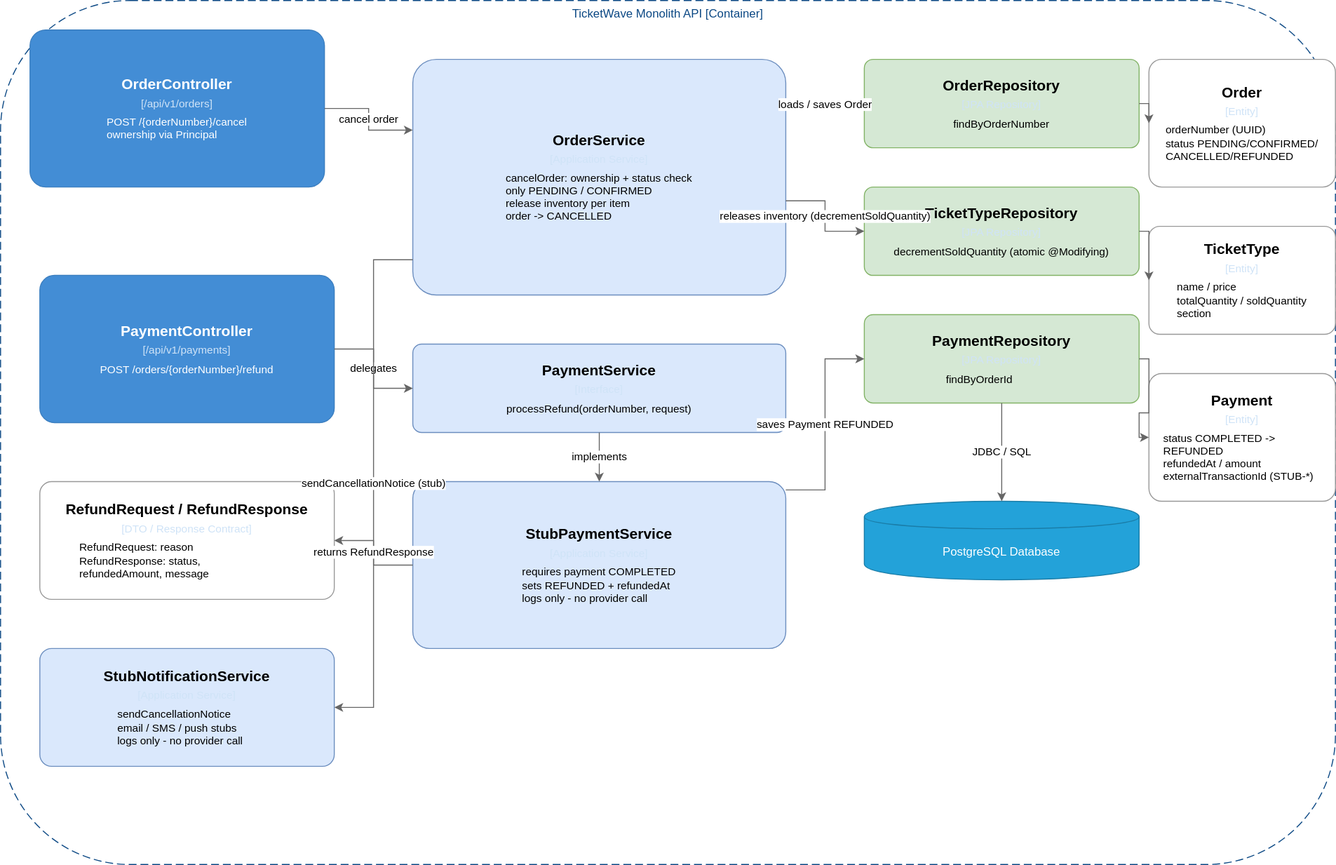
Before: diagrams/c4model/ticketwave-c3-refunds-cancellations.drawio.svg, a diagram exported from draw.io (Juanchoque1206/soe-TicketWave). Source tidied: cells renumbered, new cells last; positions are measured from the earlier drawing's top-left corner, leaving out a move shared by most shapes.
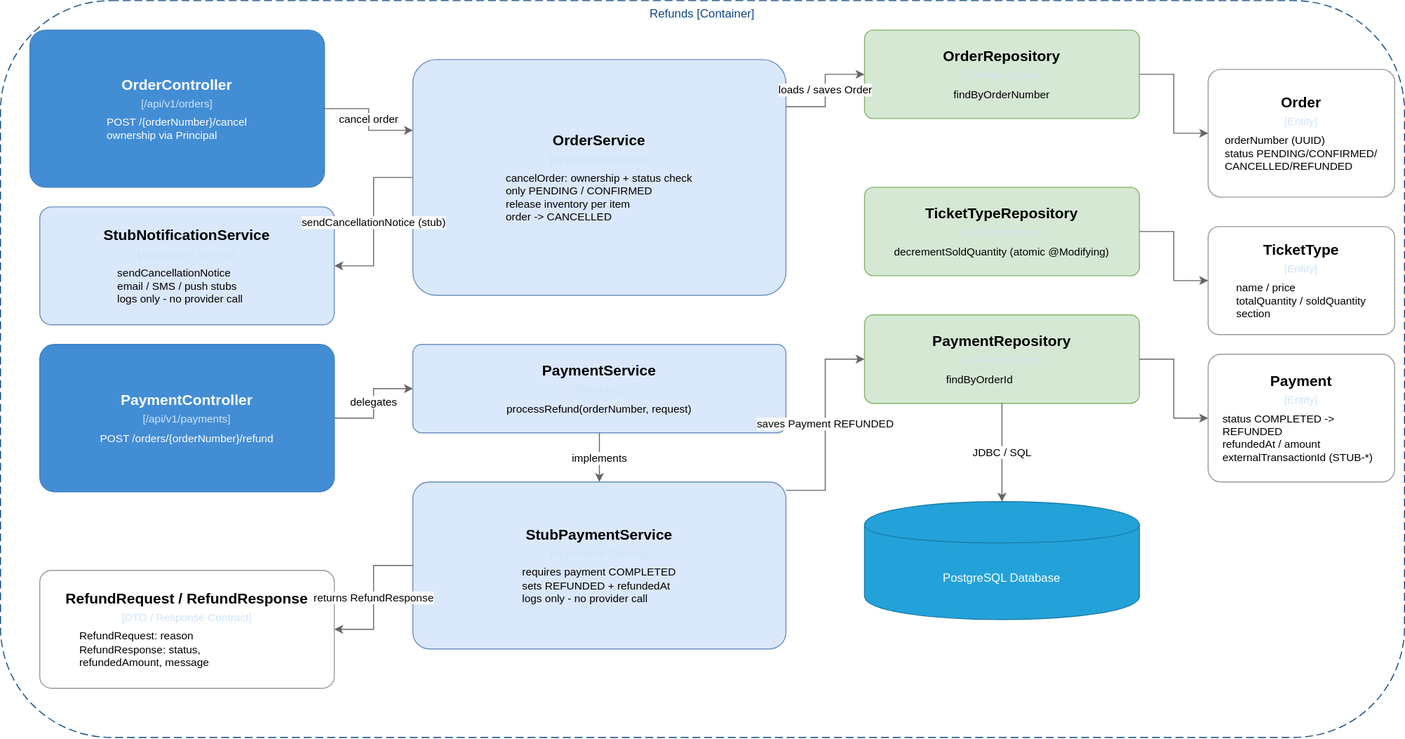
After the commit.

Change to the diagram source:
```diff
@@ -2,20 +2,20 @@
   <root>
     <mxCell id="0" />
     <mxCell id="1" parent="0" />
-    <mxCell id="2" value="TicketWave Monolith API [Container]" style="group;rounded=1;whiteSpace=wrap;html=1;dashed=1;strokeColor=#0b4884;fillColor=none;fontColor=#0b4884;dashPattern=8 4;" parent="1" vertex="1">
-      <mxGeometry width="1360" height="880" as="geometry" />
+    <mxCell id="2" value="Refunds [Container]" style="group;rounded=1;whiteSpace=wrap;html=1;dashed=1;strokeColor=#0b4884;fillColor=none;fontColor=#0b4884;dashPattern=8 4;" parent="1" vertex="1">
+      <mxGeometry width="1430" height="750" as="geometry" />
     </mxCell>
     <mxCell id="3" value="&lt;div style=&quot;border-color: rgb(218, 220, 224); font-size: 15px; font-weight: bold; margin-bottom: 4px;&quot;&gt;OrderController&lt;/div&gt;&lt;div style=&quot;border-color: rgb(218, 220, 224); font-size: 11px; color: rgb(207, 227, 247); margin-bottom: 6px;&quot;&gt;[/api/v1/orders]&lt;/div&gt;&lt;div style=&quot;border-color: rgb(218, 220, 224); font-size: 11px; text-align: left; padding: 0px 14px;&quot;&gt;POST /{orderNumber}/cancel&lt;/div&gt;&lt;div style=&quot;border-color: rgb(218, 220, 224); font-size: 11px; text-align: left; padding: 0px 14px;&quot;&gt;ownership via Principal&lt;/div&gt;" style="rounded=1;whiteSpace=wrap;html=1;fillColor=#438dd5;strokeColor=#3c7fc0;fontColor=#ffffff;arcSize=10;" parent="1" vertex="1">
       <mxGeometry x="30" y="30" width="300" height="160" as="geometry" />
     </mxCell>
     <mxCell id="4" value="&lt;div style=&quot;border-color: rgb(218, 220, 224); font-size: 15px; font-weight: bold; margin-bottom: 4px;&quot;&gt;PaymentController&lt;/div&gt;&lt;div style=&quot;border-color: rgb(218, 220, 224); font-size: 11px; color: rgb(207, 227, 247); margin-bottom: 6px;&quot;&gt;[/api/v1/payments]&lt;/div&gt;&lt;div style=&quot;border-color: rgb(218, 220, 224); font-size: 11px; text-align: left; padding: 0px 14px;&quot;&gt;POST /orders/{orderNumber}/refund&lt;/div&gt;" style="rounded=1;whiteSpace=wrap;html=1;fillColor=#438dd5;strokeColor=#3c7fc0;fontColor=#ffffff;arcSize=10;" parent="1" vertex="1">
-      <mxGeometry x="40" y="280" width="300" height="150" as="geometry" />
+      <mxGeometry x="40" y="350" width="300" height="150" as="geometry" />
     </mxCell>
     <mxCell id="5" value="&lt;div style=&quot;border-color: rgb(218, 220, 224); font-size: 15px; font-weight: bold; margin-bottom: 4px;&quot;&gt;RefundRequest / RefundResponse&lt;/div&gt;&lt;div style=&quot;border-color: rgb(218, 220, 224); font-size: 11px; color: rgb(207, 227, 247); margin-bottom: 6px;&quot;&gt;[DTO / Response Contract]&lt;/div&gt;&lt;div style=&quot;border-color: rgb(218, 220, 224); font-size: 11px; text-align: left; padding: 0px 14px;&quot;&gt;RefundRequest: reason&lt;/div&gt;&lt;div style=&quot;border-color: rgb(218, 220, 224); font-size: 11px; text-align: left; padding: 0px 14px;&quot;&gt;RefundResponse: status,&lt;/div&gt;&lt;div style=&quot;border-color: rgb(218, 220, 224); font-size: 11px; text-align: left; padding: 0px 14px;&quot;&gt;refundedAmount, message&lt;/div&gt;" style="rounded=1;whiteSpace=wrap;html=1;fillColor=#ffffff;strokeColor=#999999;arcSize=10;" parent="1" vertex="1">
-      <mxGeometry x="40" y="490" width="300" height="120" as="geometry" />
+      <mxGeometry x="40" y="580" width="300" height="120" as="geometry" />
     </mxCell>
     <mxCell id="6" value="&lt;div style=&quot;border-color: rgb(218, 220, 224); font-size: 15px; font-weight: bold; margin-bottom: 4px;&quot;&gt;StubNotificationService&lt;/div&gt;&lt;div style=&quot;border-color: rgb(218, 220, 224); font-size: 11px; color: rgb(207, 227, 247); margin-bottom: 6px;&quot;&gt;[Application Service]&lt;/div&gt;&lt;div style=&quot;border-color: rgb(218, 220, 224); font-size: 11px; text-align: left; padding: 0px 14px;&quot;&gt;sendCancellationNotice&lt;/div&gt;&lt;div style=&quot;border-color: rgb(218, 220, 224); font-size: 11px; text-align: left; padding: 0px 14px;&quot;&gt;email / SMS / push stubs&lt;/div&gt;&lt;div style=&quot;border-color: rgb(218, 220, 224); font-size: 11px; text-align: left; padding: 0px 14px;&quot;&gt;logs only - no provider call&lt;/div&gt;" style="rounded=1;whiteSpace=wrap;html=1;fillColor=#dae8fc;strokeColor=#6c8ebf;arcSize=10;" parent="1" vertex="1">
-      <mxGeometry x="40" y="660" width="300" height="120" as="geometry" />
+      <mxGeometry x="40" y="210" width="300" height="120" as="geometry" />
     </mxCell>
     <mxCell id="7" value="&lt;div style=&quot;border-color: rgb(218, 220, 224); font-size: 15px; font-weight: bold; margin-bottom: 4px;&quot;&gt;OrderService&lt;/div&gt;&lt;div style=&quot;border-color: rgb(218, 220, 224); font-size: 11px; color: rgb(207, 227, 247); margin-bottom: 6px;&quot;&gt;[Application Service]&lt;/div&gt;&lt;div style=&quot;border-color: rgb(218, 220, 224); font-size: 11px; text-align: left; padding: 0px 14px;&quot;&gt;cancelOrder: ownership + status check&lt;/div&gt;&lt;div style=&quot;border-color: rgb(218, 220, 224); font-size: 11px; text-align: left; padding: 0px 14px;&quot;&gt;only PENDING / CONFIRMED&lt;/div&gt;&lt;div style=&quot;border-color: rgb(218, 220, 224); font-size: 11px; text-align: left; padding: 0px 14px;&quot;&gt;release inventory per item&lt;/div&gt;&lt;div style=&quot;border-color: rgb(218, 220, 224); font-size: 11px; text-align: left; padding: 0px 14px;&quot;&gt;order -&gt; CANCELLED&lt;/div&gt;" style="rounded=1;whiteSpace=wrap;html=1;fillColor=#dae8fc;strokeColor=#6c8ebf;arcSize=10;" parent="1" vertex="1">
       <mxGeometry x="420" y="60" width="380" height="240" as="geometry" />
@@ -27,7 +27,7 @@
       <mxGeometry x="420" y="490" width="380" height="170" as="geometry" />
     </mxCell>
     <mxCell id="10" value="&lt;div style=&quot;border-color: rgb(218, 220, 224); font-size: 15px; font-weight: bold; margin-bottom: 4px;&quot;&gt;OrderRepository&lt;/div&gt;&lt;div style=&quot;border-color: rgb(218, 220, 224); font-size: 11px; color: rgb(207, 227, 247); margin-bottom: 6px;&quot;&gt;[JPA Repository]&lt;/div&gt;&lt;div style=&quot;border-color: rgb(218, 220, 224); font-size: 11px; text-align: left; padding: 0px 14px;&quot;&gt;findByOrderNumber&lt;/div&gt;" style="rounded=1;whiteSpace=wrap;html=1;fillColor=#d5e8d4;strokeColor=#82b366;arcSize=10;" parent="1" vertex="1">
-      <mxGeometry x="880" y="60" width="280" height="90" as="geometry" />
+      <mxGeometry x="880" y="30" width="280" height="90" as="geometry" />
     </mxCell>
     <mxCell id="11" value="&lt;div style=&quot;border-color: rgb(218, 220, 224); font-size: 15px; font-weight: bold; margin-bottom: 4px;&quot;&gt;TicketTypeRepository&lt;/div&gt;&lt;div style=&quot;border-color: rgb(218, 220, 224); font-size: 11px; color: rgb(207, 227, 247); margin-bottom: 6px;&quot;&gt;[JPA Repository]&lt;/div&gt;&lt;div style=&quot;border-color: rgb(218, 220, 224); font-size: 11px; text-align: left; padding: 0px 14px;&quot;&gt;decrementSoldQuantity (atomic @Modifying)&lt;/div&gt;" style="rounded=1;whiteSpace=wrap;html=1;fillColor=#d5e8d4;strokeColor=#82b366;arcSize=10;" parent="1" vertex="1">
       <mxGeometry x="880" y="190" width="280" height="90" as="geometry" />
@@ -36,16 +36,16 @@
       <mxGeometry x="880" y="320" width="280" height="90" as="geometry" />
     </mxCell>
     <mxCell id="13" value="PostgreSQL Database" style="shape=cylinder;whiteSpace=wrap;html=1;boundedLbl=1;backgroundOutline=1;fillColor=#23a2d9;strokeColor=#1a7da8;fontColor=#ffffff;" parent="1" vertex="1">
-      <mxGeometry x="880" y="510" width="280" height="80" as="geometry" />
+      <mxGeometry x="880" y="510" width="280" height="120" as="geometry" />
     </mxCell>
     <mxCell id="14" value="&lt;div style=&quot;border-color: rgb(218, 220, 224); font-size: 15px; font-weight: bold; margin-bottom: 4px;&quot;&gt;Order&lt;/div&gt;&lt;div style=&quot;border-color: rgb(218, 220, 224); font-size: 11px; color: rgb(207, 227, 247); margin-bottom: 6px;&quot;&gt;[Entity]&lt;/div&gt;&lt;div style=&quot;border-color: rgb(218, 220, 224); font-size: 11px; text-align: left; padding: 0px 14px;&quot;&gt;orderNumber (UUID)&lt;/div&gt;&lt;div style=&quot;border-color: rgb(218, 220, 224); font-size: 11px; text-align: left; padding: 0px 14px;&quot;&gt;status PENDING/CONFIRMED/&lt;/div&gt;&lt;div style=&quot;border-color: rgb(218, 220, 224); font-size: 11px; text-align: left; padding: 0px 14px;&quot;&gt;CANCELLED/REFUNDED&lt;/div&gt;" style="rounded=1;whiteSpace=wrap;html=1;fillColor=#ffffff;strokeColor=#999999;arcSize=10;" parent="1" vertex="1">
-      <mxGeometry x="1170" y="60" width="190" height="130" as="geometry" />
+      <mxGeometry x="1230" y="70" width="190" height="130" as="geometry" />
     </mxCell>
     <mxCell id="15" value="&lt;div style=&quot;border-color: rgb(218, 220, 224); font-size: 15px; font-weight: bold; margin-bottom: 4px;&quot;&gt;TicketType&lt;/div&gt;&lt;div style=&quot;border-color: rgb(218, 220, 224); font-size: 11px; color: rgb(207, 227, 247); margin-bottom: 6px;&quot;&gt;[Entity]&lt;/div&gt;&lt;div style=&quot;border-color: rgb(218, 220, 224); font-size: 11px; text-align: left; padding: 0px 14px;&quot;&gt;name / price&lt;/div&gt;&lt;div style=&quot;border-color: rgb(218, 220, 224); font-size: 11px; text-align: left; padding: 0px 14px;&quot;&gt;totalQuantity / soldQuantity&lt;/div&gt;&lt;div style=&quot;border-color: rgb(218, 220, 224); font-size: 11px; text-align: left; padding: 0px 14px;&quot;&gt;section&lt;/div&gt;" style="rounded=1;whiteSpace=wrap;html=1;fillColor=#ffffff;strokeColor=#999999;arcSize=10;" parent="1" vertex="1">
-      <mxGeometry x="1170" y="230" width="190" height="110" as="geometry" />
+      <mxGeometry x="1230" y="230" width="190" height="110" as="geometry" />
     </mxCell>
     <mxCell id="16" value="&lt;div style=&quot;border-color: rgb(218, 220, 224); font-size: 15px; font-weight: bold; margin-bottom: 4px;&quot;&gt;Payment&lt;/div&gt;&lt;div style=&quot;border-color: rgb(218, 220, 224); font-size: 11px; color: rgb(207, 227, 247); margin-bottom: 6px;&quot;&gt;[Entity]&lt;/div&gt;&lt;div style=&quot;border-color: rgb(218, 220, 224); font-size: 11px; text-align: left; padding: 0px 14px;&quot;&gt;status COMPLETED -&gt; REFUNDED&lt;/div&gt;&lt;div style=&quot;border-color: rgb(218, 220, 224); font-size: 11px; text-align: left; padding: 0px 14px;&quot;&gt;refundedAt / amount&lt;/div&gt;&lt;div style=&quot;border-color: rgb(218, 220, 224); font-size: 11px; text-align: left; padding: 0px 14px;&quot;&gt;externalTransactionId (STUB-*)&lt;/div&gt;" style="rounded=1;whiteSpace=wrap;html=1;fillColor=#ffffff;strokeColor=#999999;arcSize=10;" parent="1" vertex="1">
-      <mxGeometry x="1170" y="380" width="190" height="130" as="geometry" />
+      <mxGeometry x="1230" y="360" width="190" height="130" as="geometry" />
     </mxCell>
     <mxCell id="17" value="cancel order" style="edgeStyle=orthogonalEdgeStyle;rounded=0;html=1;strokeColor=#666666;exitX=1;exitY=0.5;entryX=0;entryY=0.3;" parent="1" edge="1" source="3" target="7">
       <mxGeometry relative="1" as="geometry" />
@@ -59,10 +59,7 @@
     <mxCell id="20" value="loads / saves Order" style="edgeStyle=orthogonalEdgeStyle;rounded=0;html=1;strokeColor=#666666;exitX=1;exitY=0.2;entryX=0;entryY=0.5;" parent="1" edge="1" source="7" target="10">
       <mxGeometry relative="1" as="geometry" />
     </mxCell>
-    <mxCell id="21" value="releases inventory (decrementSoldQuantity)" style="edgeStyle=orthogonalEdgeStyle;rounded=0;html=1;strokeColor=#666666;exitX=1;exitY=0.6;entryX=0;entryY=0.5;" parent="1" edge="1" source="7" target="11">
-      <mxGeometry relative="1" as="geometry" />
-    </mxCell>
-    <mxCell id="22" value="sendCancellationNotice (stub)" style="edgeStyle=orthogonalEdgeStyle;rounded=0;html=1;strokeColor=#666666;exitX=0;exitY=0.85;entryX=1;entryY=0.5;" parent="1" edge="1" source="7" target="6">
+    <mxCell id="22" value="sendCancellationNotice (stub)" style="edgeStyle=orthogonalEdgeStyle;rounded=0;html=1;strokeColor=#666666;exitX=0;exitY=0.5;entryX=1;entryY=0.5;exitDx=0;exitDy=0;" parent="1" edge="1" source="7" target="6">
       <mxGeometry relative="1" as="geometry" />
     </mxCell>
     <mxCell id="23" value="saves Payment REFUNDED" style="edgeStyle=orthogonalEdgeStyle;rounded=0;html=1;strokeColor=#666666;exitX=1;exitY=0.05;entryX=0;entryY=0.5;" parent="1" edge="1" source="9" target="12">
```
